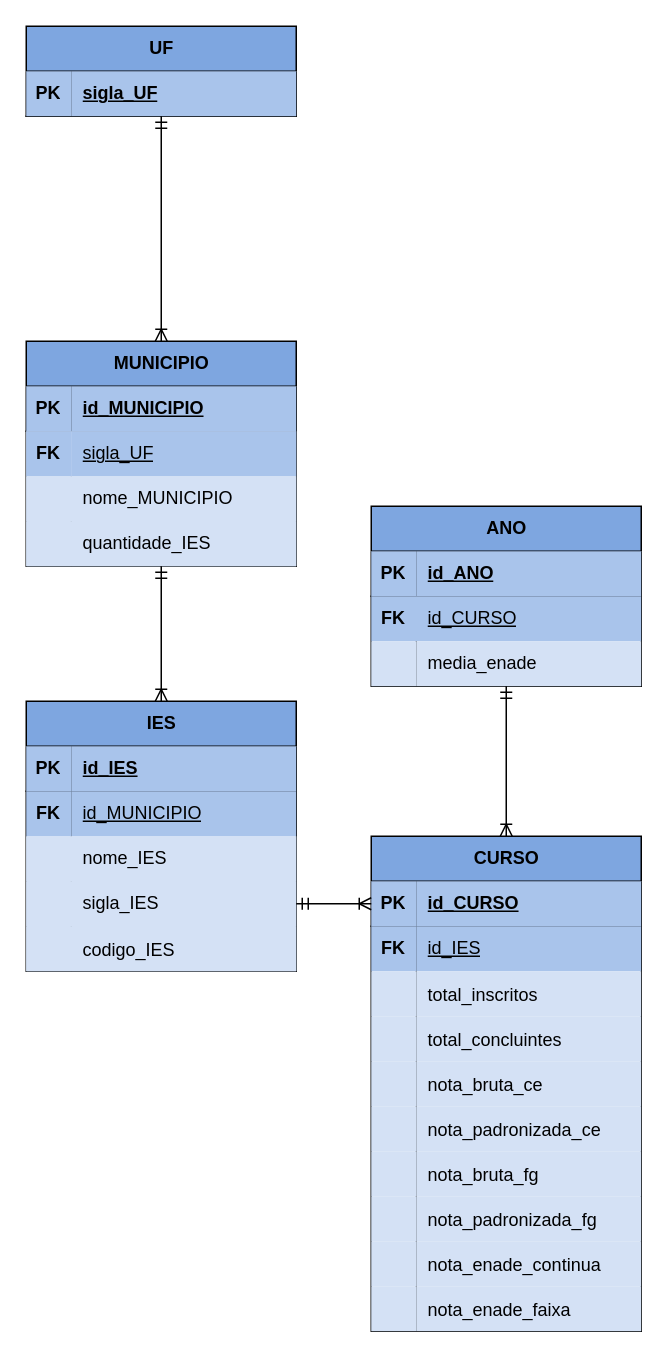
Earlier version of the draw.io diagram Diagrama_Conceitual.drawio (Jmvjr/MC536_Project). Source tidied: cells renumbered, new cells numbered last; positions are measured from the earlier drawing's top-left corner, leaving out a move shared by most shapes. Both pictures are drawn from the tidied source at 150%, with x=0, y=0 at pixel (26, 26).
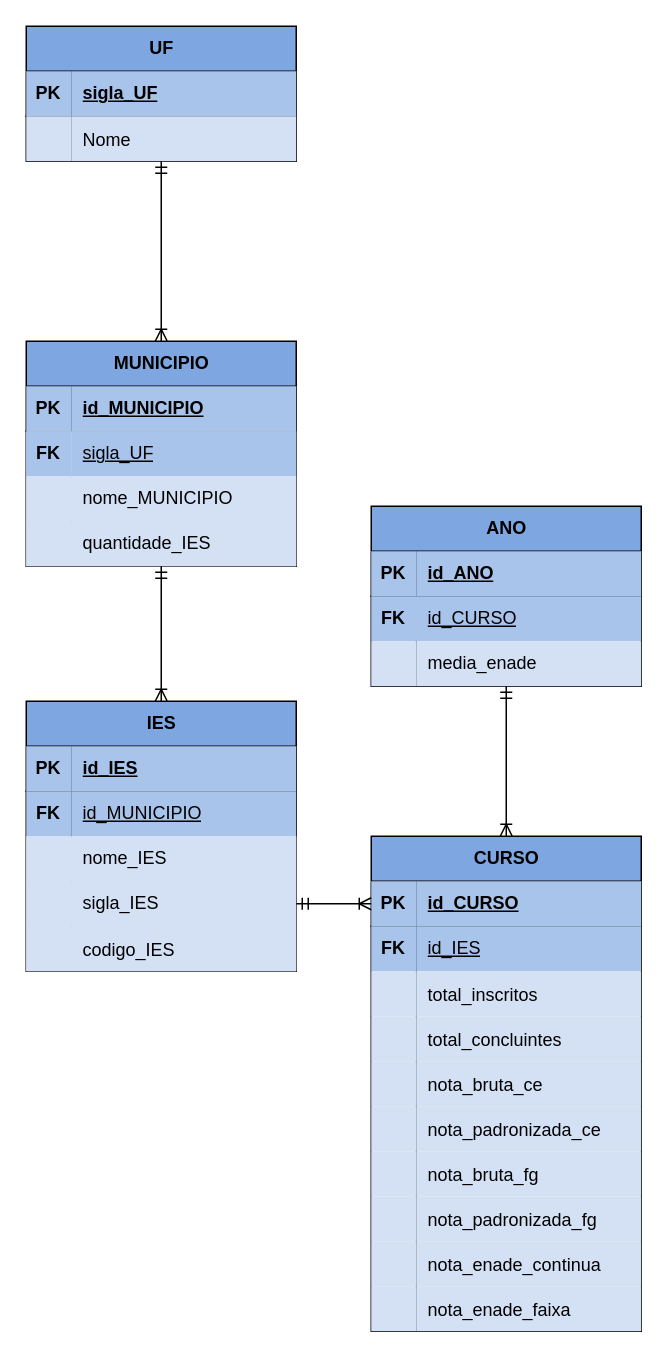
The same diagram, later.

Diff of the diagram source:
```diff
@@
     <mxCell id="18" value="UF" style="shape=table;startSize=30;childLayout=tableLayout;rowLines=0;fontStyle=1;align=center;html=1;fillColor=#7EA6E0;" parent="1" vertex="1">
-      <mxGeometry width="180" height="60" as="geometry" />
+      <mxGeometry width="180" height="90" as="geometry" />
     </mxCell>
@@
+    <mxCell id="80" style="shape=tableRow;horizontal=0;startSize=0;swimlaneHead=0;swimlaneBody=0;fillColor=none;top=0;left=0;right=0;bottom=0;" parent="18" vertex="1">
+      <mxGeometry y="60" width="180" height="30" as="geometry" />
+    </mxCell>
+    <mxCell id="81" style="shape=partialRectangle;fillColor=#D4E1F5;top=0;left=0;bottom=0;right=0;overflow=hidden;" parent="80" vertex="1">
+      <mxGeometry width="30" height="30" as="geometry" />
+    </mxCell>
+    <mxCell id="82" value="Nome" style="shape=partialRectangle;fillColor=#D4E1F5;top=0;left=0;bottom=0;right=0;align=left;spacingLeft=6;overflow=hidden;" parent="80" vertex="1">
+      <mxGeometry x="30" width="150" height="30" as="geometry" />
+    </mxCell>
```
